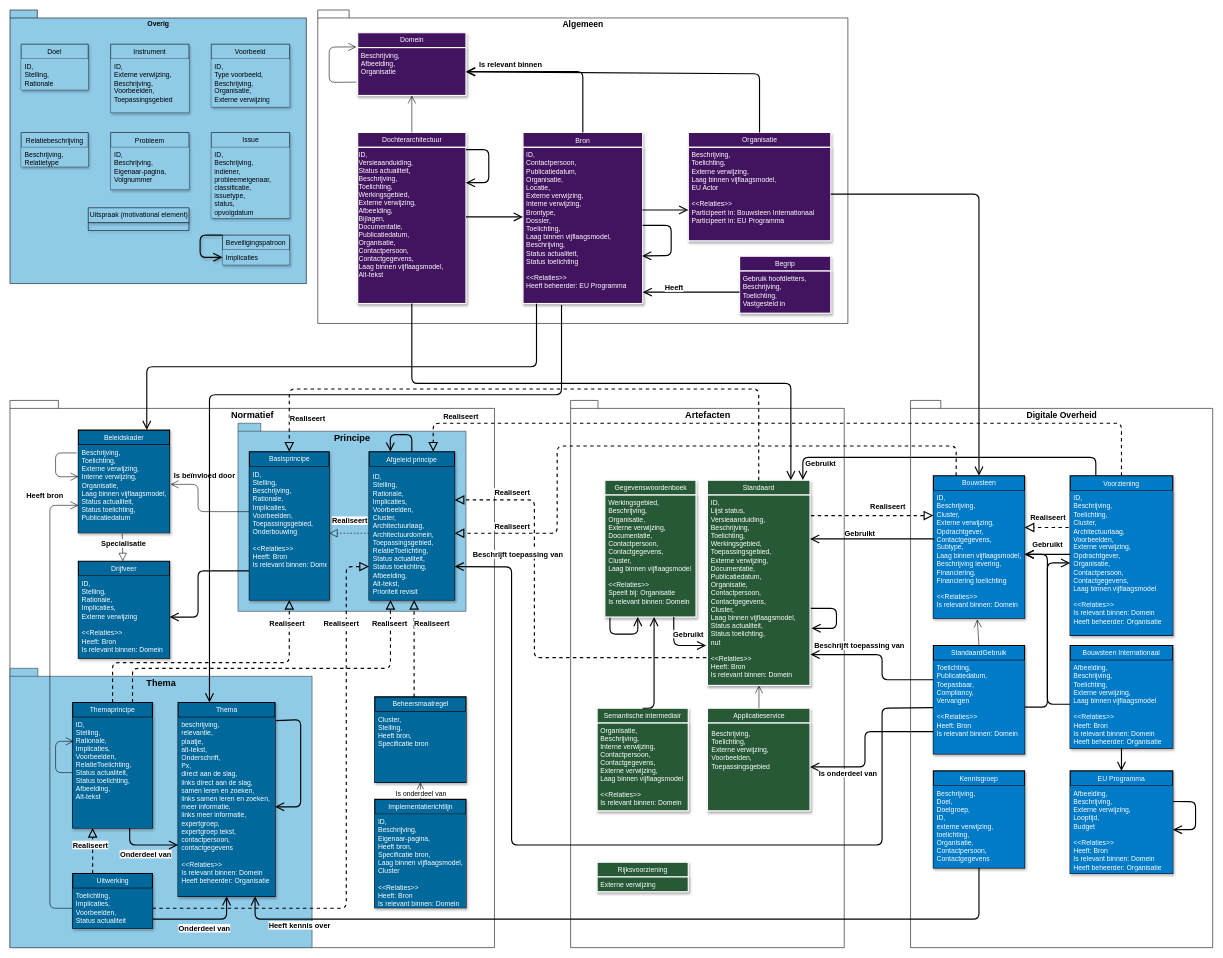
djoris/nora keeps this draw.io diagram as NORMA2020.drawio. Above is the earlier version. Source tidied: cells renumbered, new cells numbered last; positions are measured from the earlier drawing's top-left corner, leaving out a move shared by most shapes. Both pictures are drawn from the tidied source at 57%, with x=0, y=0 at pixel (10, 10).
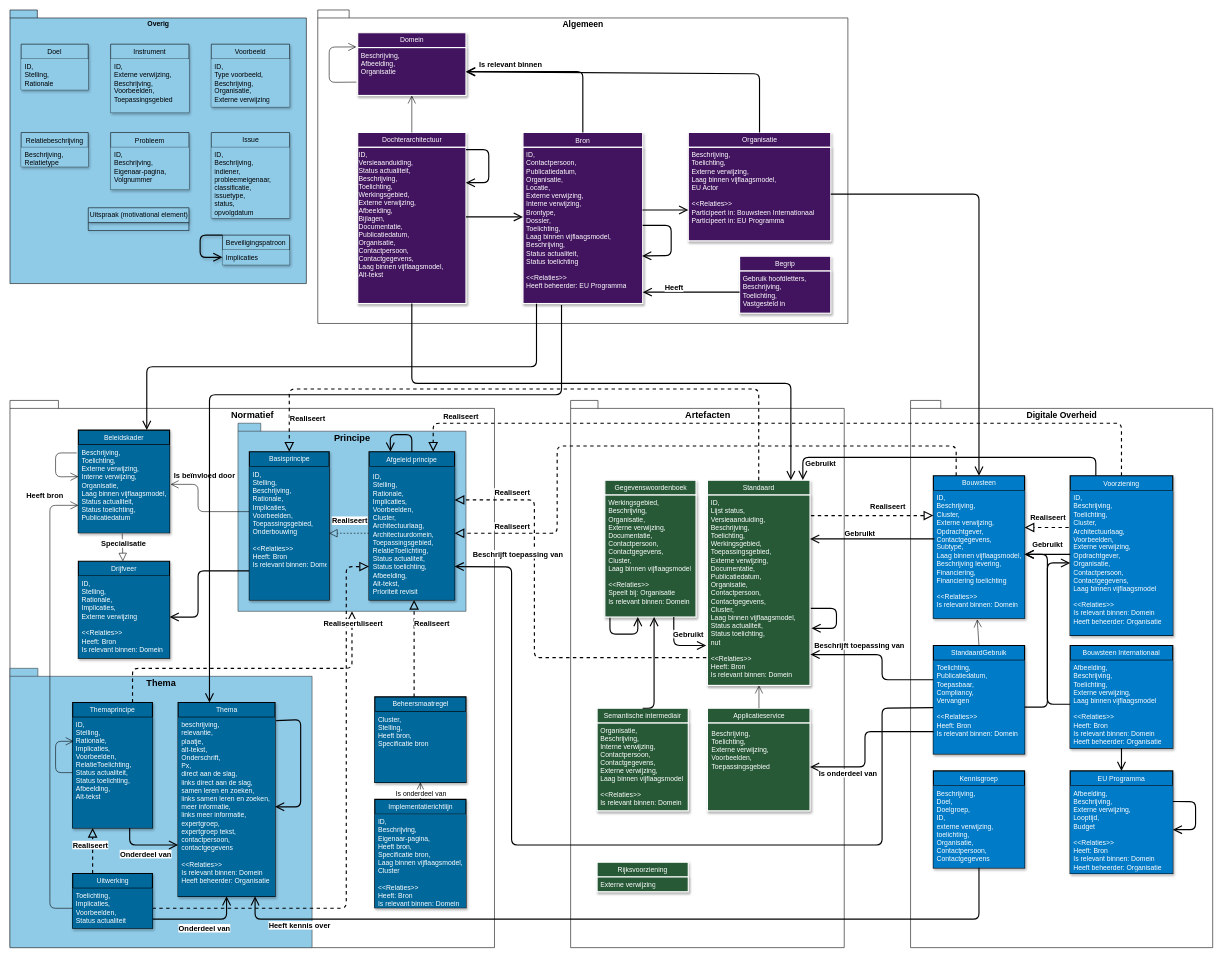
Above is the later version.

Commit message:
'realiseert' van themaprincipe naar principes versimpeld

The change refers to these unchanged cells:
```xml
<mxCell id="7" value="Principe" style="shape=folder;fontStyle=1;spacingTop=10;tabWidth=40;tabHeight=14;tabPosition=left;html=1;verticalAlign=top;fillColor=#8fcae7;strokeColor=#36393d;fontSize=16;" parent="1" vertex="1">
  <mxGeometry x="400" y="725" width="400" height="330" as="geometry" />
</mxCell>
<mxCell id="140" value="ID,&#10;Stelling,&#10;Rationale,&#10;Implicaties,&#10;Voorbeelden,&#10;Cluster,&#10;Architectuurlaag,&#10;Architectuurdomein,&#10;Toepassingsgebied,&#10;RelatieToelichting,&#10;Status actualiteit,&#10;Status toelichting,&#10;Afbeelding,&#10;Alt-tekst,&#10;Prioriteit revisit" style="text;whiteSpace=wrap;spacing=7;absoluteArcSize=0;fillColor=#01689B;fontColor=#FFFFFF;strokeWidth=2;rounded=0;shadow=1;" parent="139" vertex="1">
  <mxGeometry y="26" width="150" height="234" as="geometry" />
</mxCell>
<mxCell id="142" value="ID,&amp;nbsp;&lt;br&gt;Stelling,&amp;nbsp;&lt;br&gt;Beschrijving,&amp;nbsp;&lt;br&gt;Rationale,&lt;br&gt;Implicaties,&amp;nbsp;&lt;br&gt;Voorbeelden,&amp;nbsp;&lt;br&gt;Toepassingsgebied,&amp;nbsp;&lt;br&gt;Onderbouwing&lt;br&gt;&lt;br&gt;&amp;lt;&amp;lt;Relaties&amp;gt;&amp;gt;&lt;br&gt;Heeft: Bron&lt;br&gt;Is relevant binnen: Domein" style="text;strokeColor=none;fillColor=#01689B;align=left;verticalAlign=top;spacingLeft=4;spacingRight=4;overflow=hidden;points=[[0,0.5],[1,0.5]];portConstraint=eastwest;fontColor=#FFFFFF;html=1;strokeWidth=2;rounded=0;shadow=1;" parent="141" vertex="1">
  <mxGeometry y="26" width="140" height="234" as="geometry" />
</mxCell>
<mxCell id="154" value="Themaprincipe" style="swimlane;fontStyle=0;horizontal=1;startSize=26;fillColor=#01689B;fontColor=#FFFFFF;strokeWidth=2;rounded=0;shadow=1;" parent="1" vertex="1">
  <mxGeometry x="110" y="1215" width="140" height="220" as="geometry" />
</mxCell>
```

The edit, as a diff of the source:
```diff
@@
-    <mxCell id="101" style="endArrow=block;dashed=1;endFill=0;endSize=12;html=1;exitX=0.5;exitY=0;exitDx=0;exitDy=0;edgeStyle=elbowEdgeStyle;elbow=vertical;strokeWidth=2;" parent="1" edge="1" source="154" target="142">
-      <mxGeometry relative="1" as="geometry">
-        <Array as="points">
-          <mxPoint x="330" y="1145" />
-        </Array>
-      </mxGeometry>
-    </mxCell>
-    <mxCell id="102" value="Realiseert" style="text;html=1;align=center;verticalAlign=middle;labelBackgroundColor=#ffffff;fontStyle=1;fontSize=13;" parent="101" vertex="1">
-      <mxGeometry x="-0.01" y="1" relative="1" as="geometry">
-        <mxPoint x="132.7" y="-69" as="offset" />
-      </mxGeometry>
-    </mxCell>
-    <mxCell id="103" style="endArrow=block;dashed=1;endFill=0;endSize=12;html=1;exitX=0.75;exitY=0;exitDx=0;exitDy=0;entryX=0.25;entryY=1;entryDx=0;entryDy=0;edgeStyle=elbowEdgeStyle;elbow=vertical;strokeWidth=2;" parent="1" edge="1" source="154" target="140">
+    <mxCell id="103" style="endArrow=block;dashed=1;endFill=0;endSize=12;html=1;exitX=0.75;exitY=0;exitDx=0;exitDy=0;edgeStyle=elbowEdgeStyle;elbow=vertical;strokeWidth=2;" parent="1" edge="1" source="154" target="7">
       <mxGeometry relative="1" as="geometry">
         <Array as="points">
           <mxPoint x="390" y="1155" />
         </Array>
       </mxGeometry>
     </mxCell>
```
